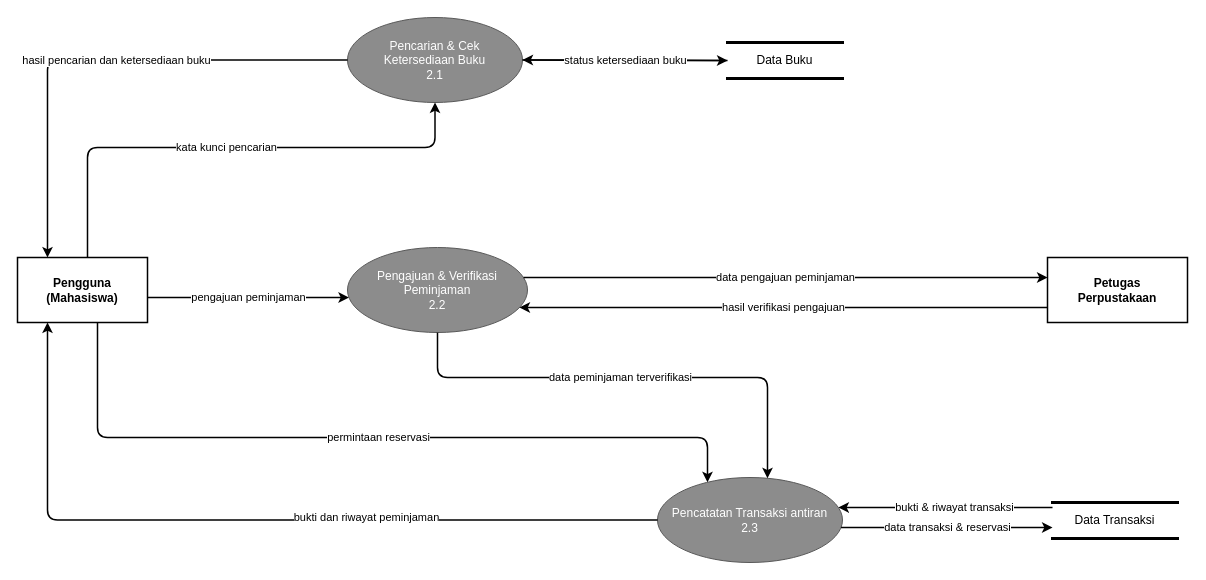
Above: lvl1 pinjam.drawio in ding317/ding317 (draw.io), before the change. Source tidied: cells renumbered, new cells numbered last; positions are measured from the earlier drawing's top-left corner, leaving out a move shared by most shapes. Both pictures are drawn from the tidied source at 100%, with x=0, y=0 at pixel (17, 17).
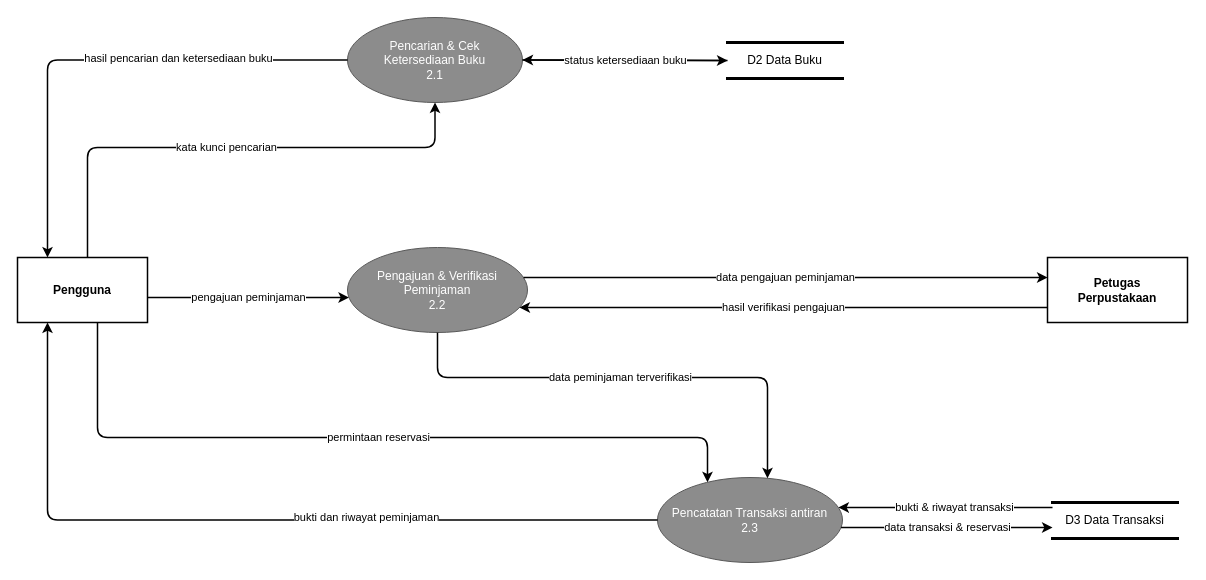
The same page after the edit.

Unchanged cells that the change refers to:
```xml
<mxCell id="4" value="Pencarian &amp; Cek&lt;br&gt;Ketersediaan Buku&lt;br&gt;2.1" style="ellipse;whiteSpace=wrap;html=1;fillColor=#8C8C8C;strokeColor=#595959;fontColor=#FFFFFF;fontSize=12;" parent="1" vertex="1">
  <mxGeometry x="330" width="175" height="85" as="geometry" />
</mxCell>
```

The edit, as a diff of the source:
```diff
@@
-    <mxCell id="2" value="Pengguna&lt;br&gt;(Mahasiswa)" style="rounded=0;whiteSpace=wrap;html=1;fillColor=#FFFFFF;strokeColor=#000000;strokeWidth=1.5;fontColor=#000000;fontSize=12;fontStyle=1;" parent="1" vertex="1">
+    <mxCell id="2" value="Pengguna" style="rounded=0;whiteSpace=wrap;html=1;fillColor=#FFFFFF;strokeColor=#000000;strokeWidth=1.5;fontColor=#000000;fontSize=12;fontStyle=1;" parent="1" vertex="1">
       <mxGeometry y="240" width="130" height="65" as="geometry" />
     </mxCell>
@@
-    <mxCell id="7" value="Data Buku" style="shape=partialRectangle;whiteSpace=wrap;html=1;top=1;bottom=1;left=0;right=0;strokeWidth=3;strokeColor=#000000;fillColor=none;fontColor=#000000;fontSize=12;" parent="1" vertex="1">
+    <mxCell id="7" value="D2 Data Buku" style="shape=partialRectangle;whiteSpace=wrap;html=1;top=1;bottom=1;left=0;right=0;strokeWidth=3;strokeColor=#000000;fillColor=none;fontColor=#000000;fontSize=12;" parent="1" vertex="1">
       <mxGeometry x="710" y="25" width="115" height="36" as="geometry" />
     </mxCell>
-    <mxCell id="8" value="Data Transaksi" style="shape=partialRectangle;whiteSpace=wrap;html=1;top=1;bottom=1;left=0;right=0;strokeWidth=3;strokeColor=#000000;fillColor=none;fontColor=#000000;fontSize=12;" parent="1" vertex="1">
+    <mxCell id="8" value="D3 Data Transaksi" style="shape=partialRectangle;whiteSpace=wrap;html=1;top=1;bottom=1;left=0;right=0;strokeWidth=3;strokeColor=#000000;fillColor=none;fontColor=#000000;fontSize=12;" parent="1" vertex="1">
       <mxGeometry x="1035" y="485" width="125" height="36" as="geometry" />
     </mxCell>
@@
     <mxCell id="10" value="hasil pencarian dan ketersediaan buku" style="endArrow=classic;html=1;strokeWidth=1.5;strokeColor=#000000;fontColor=#000000;fontSize=11;labelBackgroundColor=#FFFFFF;edgeStyle=orthogonalEdgeStyle;" parent="1" edge="1" source="4" target="2">
-      <mxGeometry x="-0.07" relative="1" as="geometry">
+      <mxGeometry x="-0.32" y="-3" relative="1" as="geometry">
         <Array as="points">
           <mxPoint x="30" y="42.5" />
         </Array>
+        <mxPoint y="1" as="offset" />
       </mxGeometry>
     </mxCell>
```
